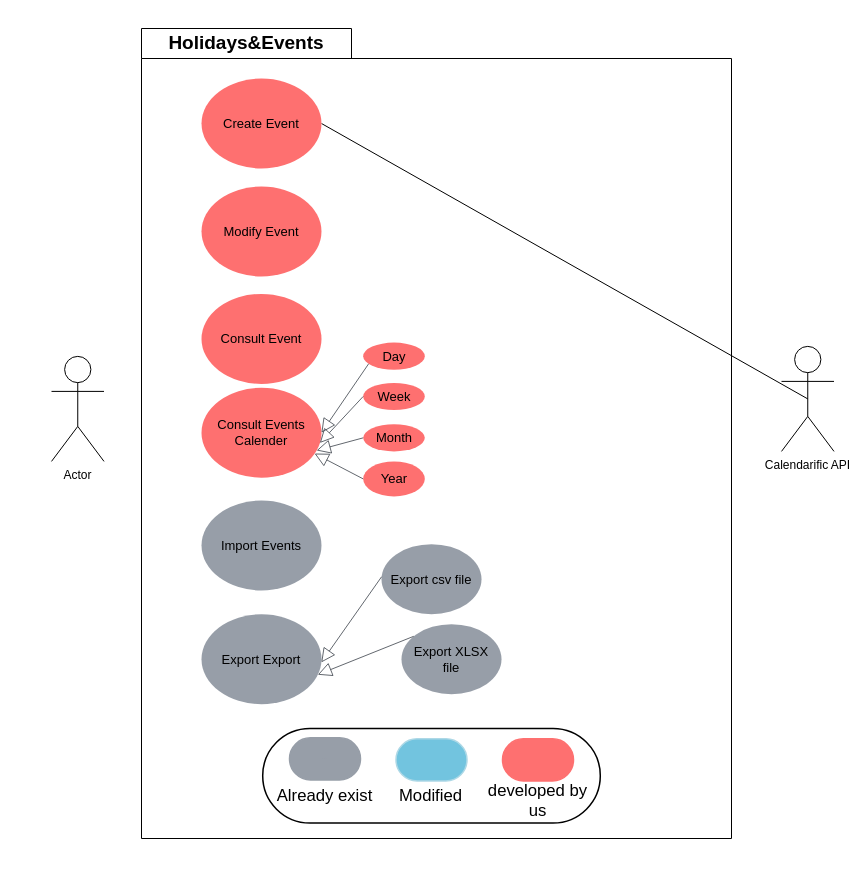
This is useCaseCalendar.drawio from oarouay/CV, a draw.io file, before an edit. Source tidied: cells renumbered, new cells numbered last; positions are measured from the earlier drawing's top-left corner, leaving out a move shared by most shapes. Both pictures are drawn from the tidied source at 100%, with x=0, y=0 at pixel (51, 28).
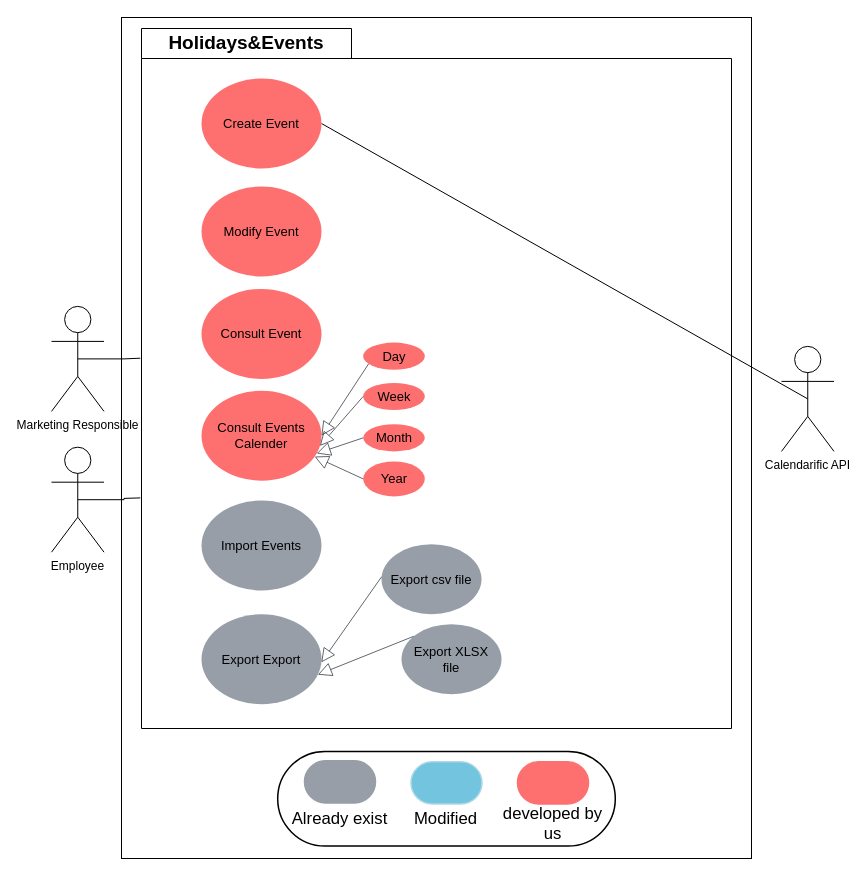
The same diagram, later.

Diff of the diagram source:
```diff
@@
+    <mxCell id="34" style="rounded=0;whiteSpace=wrap;html=1;" parent="1" vertex="1">
+      <mxGeometry x="70" y="-11" width="630" height="841" as="geometry" />
+    </mxCell>
     <mxCell id="2" value="Holidays&amp;amp;Events" style="shape=folder;fontStyle=1;tabWidth=210;tabHeight=30;tabPosition=left;html=1;boundedLbl=1;labelInHeader=1;whiteSpace=wrap;fontSize=19;" parent="1" vertex="1">
-      <mxGeometry x="90" width="590" height="810" as="geometry" />
+      <mxGeometry x="90" width="590" height="700" as="geometry" />
     </mxCell>
@@
-    <mxCell id="6" value="Actor" style="shape=umlActor;verticalLabelPosition=bottom;verticalAlign=top;html=1;outlineConnect=0;" parent="1" vertex="1">
-      <mxGeometry y="327.9" width="52.5" height="105" as="geometry" />
+    <mxCell id="6" value="Marketing Responsible" style="shape=umlActor;verticalLabelPosition=bottom;verticalAlign=top;html=1;outlineConnect=0;" parent="1" vertex="1">
+      <mxGeometry y="277.9" width="52.5" height="105" as="geometry" />
     </mxCell>
@@
     <mxCell id="11" style="html=1;overflow=block;blockSpacing=1;whiteSpace=wrap;fontSize=16.7;fontColor=default;spacing=3.8;strokeOpacity=100;fillOpacity=100;rounded=1;absoluteArcSize=1;arcSize=162;fillColor=#ffffff;strokeWidth=1.5;lucidId=qHtdmG4HjMHo;" parent="1" vertex="1">
-      <mxGeometry x="211.2" y="700" width="337.6" height="94.5" as="geometry" />
+      <mxGeometry x="226.2" y="723" width="337.6" height="94.5" as="geometry" />
     </mxCell>
@@
     <mxCell id="18" value="Consult Events Calender" style="html=1;overflow=block;blockSpacing=1;whiteSpace=wrap;ellipse;fontSize=13;spacing=3.8;strokeOpacity=0;fillOpacity=100;rounded=1;absoluteArcSize=1;arcSize=9;fillColor=#fe7070;strokeWidth=1.5;lucidId=URIeayqkK2Ya;" parent="1" vertex="1">
-      <mxGeometry x="150" y="359.2" width="120" height="90" as="geometry" />
+      <mxGeometry x="150" y="362.2" width="120" height="90" as="geometry" />
     </mxCell>
@@
     <mxCell id="33" value="Consult Event" style="html=1;overflow=block;blockSpacing=1;whiteSpace=wrap;ellipse;fontSize=13;spacing=3.8;strokeOpacity=0;fillOpacity=100;rounded=1;absoluteArcSize=1;arcSize=9;fillColor=#fe7070;strokeWidth=1.5;lucidId=1yIeQ48BPR4-;" parent="1" vertex="1">
-      <mxGeometry x="150" y="265.4" width="120" height="90" as="geometry" />
+      <mxGeometry x="150" y="260.4" width="120" height="90" as="geometry" />
     </mxCell>
+    <mxCell id="35" style="edgeStyle=orthogonalEdgeStyle;rounded=0;jettySize=auto;html=1;exitX=0.5;exitY=0.5;exitDx=0;exitDy=0;exitPerimeter=0;entryX=-0.002;entryY=0.471;entryDx=0;entryDy=0;entryPerimeter=0;endArrow=none;startFill=0;" parent="1" edge="1" source="6" target="2">
+      <mxGeometry relative="1" as="geometry" />
+    </mxCell>
+    <mxCell id="36" value="Employee" style="shape=umlActor;verticalLabelPosition=bottom;verticalAlign=top;html=1;outlineConnect=0;" parent="1" vertex="1">
+      <mxGeometry y="418.7" width="52.5" height="105" as="geometry" />
+    </mxCell>
+    <mxCell id="37" style="edgeStyle=orthogonalEdgeStyle;rounded=0;jettySize=auto;html=1;exitX=0.5;exitY=0.5;exitDx=0;exitDy=0;exitPerimeter=0;entryX=-0.002;entryY=0.672;entryDx=0;entryDy=0;entryPerimeter=0;endArrow=none;startFill=0;" parent="1" edge="1" source="36">
+      <mxGeometry relative="1" as="geometry">
+        <mxPoint x="88.8" y="469.4" as="targetPoint" />
+      </mxGeometry>
+    </mxCell>
```
